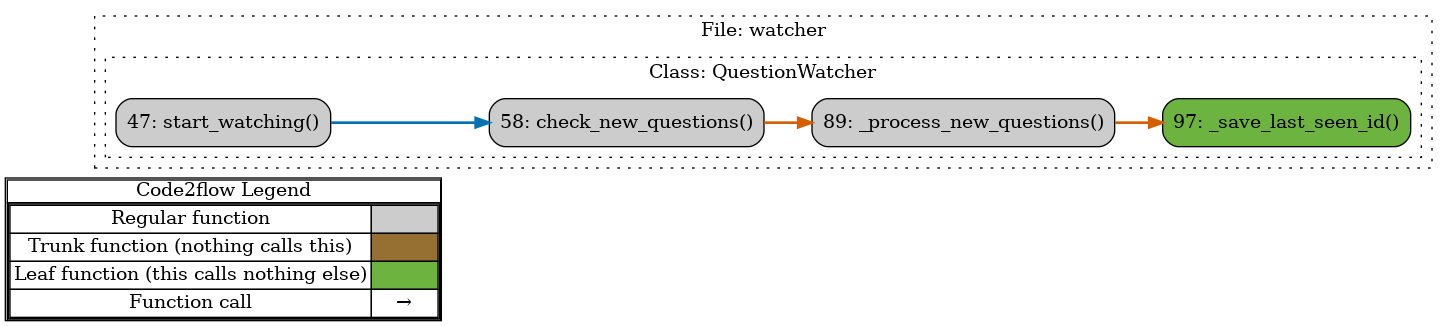
Above: diagrams/crawler_flow.png in mrm68/StackOverFlow_Crawler_Kafka (Graphviz), before the change. Its source is kept beside it as diagrams/crawler_flow.gv.
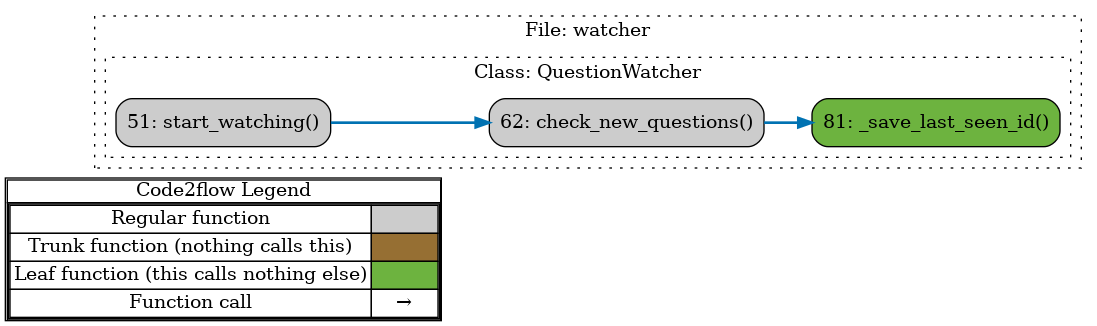
The same diagram one commit later.

Change to the diagram source:
```diff
@@ -14,20 +14,18 @@
         <tr><td>Function call</td><td><font color='black'>&#8594;</font></td></tr>
         </table></td></tr></table>
         >];
-}node_43393076 [label="89: _process_new_questions()" name="watcher::QuestionWatcher._process_new_questions" shape="rect" style="rounded,filled" fillcolor="#cccccc" ];
-node_d7f3e110 [label="97: _save_last_seen_id()" name="watcher::QuestionWatcher._save_last_seen_id" shape="rect" style="rounded,filled" fillcolor="#6db33f" ];
-node_b6bb74ee [label="58: check_new_questions()" name="watcher::QuestionWatcher.check_new_questions" shape="rect" style="rounded,filled" fillcolor="#cccccc" ];
-node_6f7ed085 [label="47: start_watching()" name="watcher::QuestionWatcher.start_watching" shape="rect" style="rounded,filled" fillcolor="#cccccc" ];
-node_43393076 -> node_d7f3e110 [color="#D55E00" penwidth="2"];
-node_b6bb74ee -> node_43393076 [color="#D55E00" penwidth="2"];
-node_6f7ed085 -> node_b6bb74ee [color="#0072B2" penwidth="2"];
-subgraph cluster_a984b3d3 {
+}node_ac5dc15f [label="81: _save_last_seen_id()" name="watcher::QuestionWatcher._save_last_seen_id" shape="rect" style="rounded,filled" fillcolor="#6db33f" ];
+node_2009efdd [label="62: check_new_questions()" name="watcher::QuestionWatcher.check_new_questions" shape="rect" style="rounded,filled" fillcolor="#cccccc" ];
+node_617aab45 [label="51: start_watching()" name="watcher::QuestionWatcher.start_watching" shape="rect" style="rounded,filled" fillcolor="#cccccc" ];
+node_2009efdd -> node_ac5dc15f [color="#0072B2" penwidth="2"];
+node_617aab45 -> node_2009efdd [color="#0072B2" penwidth="2"];
+subgraph cluster_b5df8dec {
     label="File: watcher";
     name="watcher";
     style="filled";
     graph[style=dotted];
-    subgraph cluster_f802a151 {
-        node_6f7ed085 node_b6bb74ee node_43393076 node_d7f3e110;
+    subgraph cluster_78c78f59 {
+        node_617aab45 node_2009efdd node_ac5dc15f;
         label="Class: QuestionWatcher";
         name="QuestionWatcher";
         style="filled";
```
